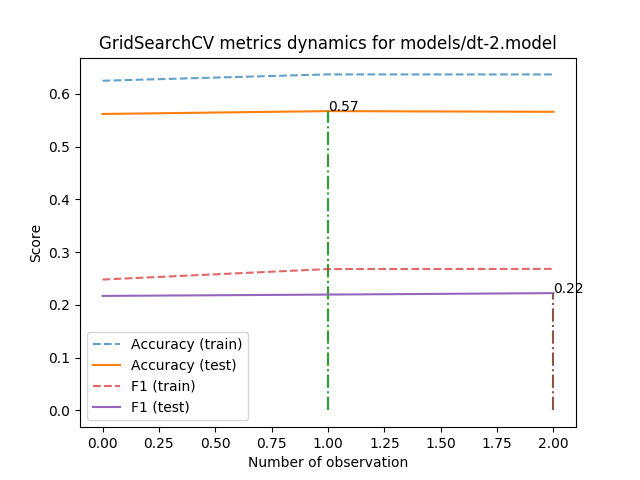
Earlier version of the Graphviz export models/dt-2.model_metrics.png (AverHLV/diploma-computations). Its source is kept beside it as models/dt-2.model.dot.
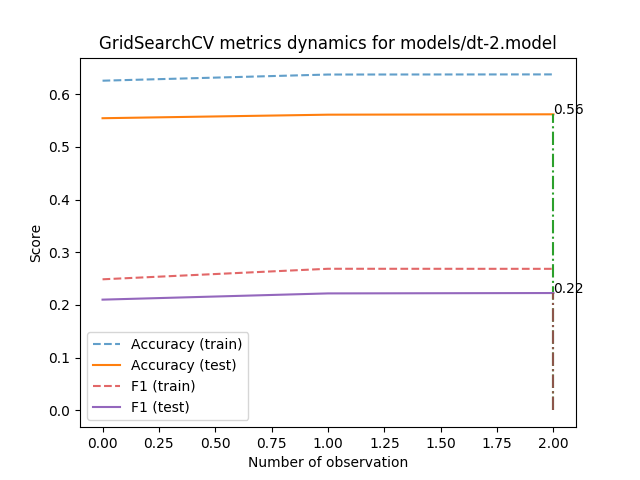
The same file after the commit.

Change to the diagram source:
```diff
@@ -1,56 +1,56 @@
 digraph Tree {
 node [shape=box, style="filled", color="black"] ;
-0 [label="Topic <= 0.998\ngini = 0.558\nsamples = 12050\nvalue = [[27, 5146, 721, 4416, 1740]\n[310, 7318, 2459, 807, 1156]\n[152, 6587, 593, 4039, 679]\n...\n[16, 5601, 834, 3960, 1639]\n[9, 144, 64, 52, 11781]\n[17, 1991, 28, 7770, 2244]]", fillcolor="#fffdfb"] ;
-1 [label="ОБ <= -0.236\ngini = 0.543\nsamples = 9272\nvalue = [[23, 4612, 570, 2700, 1367]\n[263, 5768, 1780, 551, 910]\n[128, 5795, 489, 2231, 629]\n...\n[16, 4895, 452, 2521, 1388]\n[8, 124, 37, 43, 9060]\n[16, 1790, 18, 5838, 1610]]", fillcolor="#fdf6f1"] ;
+0 [label="Topic <= 0.998\ngini = 0.558\nsamples = 12050\nvalue = [[23, 5141, 703, 4410, 1773]\n[313, 7309, 2436, 832, 1160]\n[151, 6569, 590, 4049, 691]\n...\n[12, 5648, 811, 3936, 1643]\n[9, 147, 67, 44, 11783]\n[16, 1969, 30, 7781, 2254]]", fillcolor="#fefcfa"] ;
+1 [label="Екогрупа <= -2.261\ngini = 0.543\nsamples = 9240\nvalue = [[19, 4600, 549, 2689, 1383]\n[264, 5754, 1751, 563, 908]\n[128, 5747, 486, 2236, 643]\n...\n[12, 4928, 426, 2502, 1372]\n[9, 127, 39, 36, 9029]\n[15, 1766, 20, 5832, 1607]]", fillcolor="#fdf5ef"] ;
 0 -> 1 [labeldistance=2.5, labelangle=45, headlabel="True"] ;
-5 [label="Позафракційні <= -1.95\ngini = 0.536\nsamples = 2488\nvalue = [[13, 1352, 110, 556, 457]\n[40, 1639, 301, 172, 336]\n[30, 1490, 84, 553, 331]\n...\n[8, 1265, 108, 663, 444]\n[2, 17, 8, 1, 2460]\n[9, 398, 1, 1396, 684]]", fillcolor="#fdf3ed"] ;
+5 [label="gini = 0.492\nsamples = 470\nvalue = [[3, 115, 16, 217, 119]\n[1, 291, 66, 38, 74]\n[2, 149, 4, 271, 44]\n...\n[0, 121, 30, 195, 124]\n[0, 0, 0, 0, 470]\n[2, 20, 0, 33, 415]]", fillcolor="#f9e0ce"] ;
 1 -> 5 ;
-7 [label="gini = 0.405\nsamples = 211\nvalue = [[2, 18, 4, 121, 66]\n[0, 112, 41, 34, 24]\n[1, 34, 5, 135, 36]\n...\n[1, 21, 7, 101, 81]\n[0, 0, 0, 0, 211]\n[0, 4, 0, 37, 170]]", fillcolor="#f1bb94"] ;
-5 -> 7 ;
-8 [label="ВОБ <= -0.559\ngini = 0.523\nsamples = 2277\nvalue = [[11, 1334, 106, 435, 391]\n[40, 1527, 260, 138, 312]\n[29, 1456, 79, 418, 295]\n...\n[7, 1244, 101, 562, 363]\n[2, 17, 8, 1, 2249]\n[9, 394, 1, 1359, 514]]", fillcolor="#fbeee4"] ;
-5 -> 8 ;
-21 [label="gini = 0.528\nsamples = 577\nvalue = [[0, 271, 22, 164, 120]\n[10, 301, 61, 44, 161]\n[7, 314, 29, 151, 76]\n...\n[1, 268, 15, 219, 74]\n[0, 0, 0, 0, 577]\n[1, 111, 0, 363, 102]]", fillcolor="#fcf0e7"] ;
-8 -> 21 ;
-22 [label="gini = 0.503\nsamples = 1700\nvalue = [[11, 1063, 84, 271, 271]\n[30, 1226, 199, 94, 151]\n[22, 1142, 50, 267, 219]\n...\n[6, 976, 86, 343, 289]\n[2, 17, 8, 1, 1672]\n[8, 283, 1, 996, 412]]", fillcolor="#fae5d7"] ;
-8 -> 22 ;
-6 [label="Topic <= -1.596\ngini = 0.534\nsamples = 6784\nvalue = [[10, 3260, 460, 2144, 910]\n[223, 4129, 1479, 379, 574]\n[98, 4305, 405, 1678, 298]\n...\n[8, 3630, 344, 1858, 944]\n[6, 107, 29, 42, 6600]\n[7, 1392, 17, 4442, 926]]", fillcolor="#fcf2eb"] ;
+6 [label="ОБ <= -0.236\ngini = 0.537\nsamples = 8770\nvalue = [[16, 4485, 533, 2472, 1264]\n[263, 5463, 1685, 525, 834]\n[126, 5598, 482, 1965, 599]\n...\n[12, 4807, 396, 2307, 1248]\n[9, 127, 39, 36, 8559]\n[13, 1746, 20, 5799, 1192]]", fillcolor="#fcf3eb"] ;
 1 -> 6 ;
-9 [label="gini = 0.466\nsamples = 323\nvalue = [[3, 87, 61, 151, 21]\n[5, 233, 62, 9, 14]\n[0, 81, 58, 182, 2]\n...\n[1, 73, 79, 125, 45]\n[0, 22, 0, 19, 282]\n[0, 20, 0, 226, 77]]", fillcolor="#f6d5be"] ;
-6 -> 9 ;
-10 [label="НФ <= 0.573\ngini = 0.529\nsamples = 6461\nvalue = [[7, 3173, 399, 1993, 889]\n[218, 3896, 1417, 370, 560]\n[98, 4224, 347, 1496, 296]\n...\n[7, 3557, 265, 1733, 899]\n[6, 85, 29, 23, 6318]\n[7, 1372, 17, 4216, 849]]", fillcolor="#fcf0e8"] ;
-6 -> 10 ;
-13 [label="Екогрупа <= -1.414\ngini = 0.521\nsamples = 4411\nvalue = [[4, 2042, 236, 1486, 643]\n[121, 2787, 986, 229, 288]\n[53, 2839, 229, 1068, 222]\n...\n[6, 2555, 193, 1256, 401]\n[3, 24, 17, 13, 4354]\n[4, 965, 10, 2908, 524]]", fillcolor="#fbede3"] ;
-10 -> 13 ;
-23 [label="gini = 0.488\nsamples = 214\nvalue = [[0, 63, 9, 101, 41]\n[4, 136, 34, 6, 34]\n[0, 87, 6, 121, 0]\n...\n[0, 84, 11, 89, 30]\n[0, 2, 0, 0, 212]\n[0, 13, 0, 64, 137]]", fillcolor="#f8dfcc"] ;
-13 -> 23 ;
-24 [label="gini = 0.516\nsamples = 4197\nvalue = [[4, 1979, 227, 1385, 602]\n[117, 2651, 952, 223, 254]\n[53, 2752, 223, 947, 222]\n...\n[6, 2471, 182, 1167, 371]\n[3, 22, 17, 13, 4142]\n[4, 952, 10, 2844, 387]]", fillcolor="#fbebdf"] ;
-13 -> 24 ;
-14 [label="gini = 0.529\nsamples = 2050\nvalue = [[3, 1131, 163, 507, 246]\n[97, 1109, 431, 141, 272]\n[45, 1385, 118, 428, 74]\n...\n[1, 1002, 72, 477, 498]\n[3, 61, 12, 10, 1964]\n[3, 407, 7, 1308, 325]]", fillcolor="#fcf0e8"] ;
-10 -> 14 ;
-2 [label="НФ <= -0.149\ngini = 0.525\nsamples = 2778\nvalue = [[4, 534, 151, 1716, 373]\n[47, 1550, 679, 256, 246]\n[24, 792, 104, 1808, 50]\n...\n[0, 706, 382, 1439, 251]\n[1, 20, 27, 9, 2721]\n[1, 201, 10, 1932, 634]]", fillcolor="#fcefe5"] ;
+7 [label="НФ <= 0.032\ngini = 0.52\nsamples = 2178\nvalue = [[7, 1272, 110, 414, 375]\n[44, 1428, 256, 139, 311]\n[28, 1390, 71, 387, 302]\n...\n[6, 1239, 77, 518, 338]\n[2, 18, 9, 0, 2149]\n[5, 379, 0, 1409, 385]]", fillcolor="#fbebe0"] ;
+6 -> 7 ;
+21 [label="Екогрупа <= -0.142\ngini = 0.512\nsamples = 910\nvalue = [[1, 529, 39, 209, 132]\n[16, 640, 68, 51, 135]\n[8, 543, 26, 169, 164]\n...\n[2, 520, 16, 287, 85]\n[0, 3, 0, 0, 907]\n[3, 113, 0, 671, 123]]", fillcolor="#fae8db"] ;
+7 -> 21 ;
+25 [label="gini = 0.435\nsamples = 325\nvalue = [[1, 250, 9, 31, 34]\n[1, 277, 17, 9, 21]\n[1, 272, 8, 32, 12]\n...\n[2, 231, 7, 42, 43]\n[0, 3, 0, 0, 322]\n[3, 16, 0, 224, 82]]", fillcolor="#f3c7a7"] ;
+21 -> 25 ;
+26 [label="gini = 0.517\nsamples = 585\nvalue = [[0, 279, 30, 178, 98]\n[15, 363, 51, 42, 114]\n[7, 271, 18, 137, 152]\n...\n[0, 289, 9, 245, 42]\n[0, 0, 0, 0, 585]\n[0, 97, 0, 447, 41]]", fillcolor="#fbeade"] ;
+21 -> 26 ;
+22 [label="gini = 0.505\nsamples = 1268\nvalue = [[6, 743, 71, 205, 243]\n[28, 788, 188, 88, 176]\n[20, 847, 45, 218, 138]\n...\n[4, 719, 61, 231, 253]\n[2, 15, 9, 0, 1242]\n[2, 266, 0, 738, 262]]", fillcolor="#fae5d6"] ;
+7 -> 22 ;
+8 [label="Topic <= -1.596\ngini = 0.532\nsamples = 6592\nvalue = [[9, 3213, 423, 2058, 889]\n[219, 4035, 1429, 386, 523]\n[98, 4208, 411, 1578, 297]\n...\n[6, 3568, 319, 1789, 910]\n[7, 109, 30, 36, 6410]\n[8, 1367, 20, 4390, 807]]", fillcolor="#fcf1e8"] ;
+6 -> 8 ;
+9 [label="gini = 0.462\nsamples = 333\nvalue = [[2, 88, 59, 161, 23]\n[4, 249, 60, 10, 10]\n[0, 82, 65, 184, 2]\n...\n[0, 81, 78, 131, 43]\n[0, 23, 1, 17, 292]\n[0, 20, 0, 232, 81]]", fillcolor="#f6d3b9"] ;
+8 -> 9 ;
+10 [label="НФ <= 0.573\ngini = 0.526\nsamples = 6259\nvalue = [[7, 3125, 364, 1897, 866]\n[215, 3786, 1369, 376, 513]\n[98, 4126, 346, 1394, 295]\n...\n[6, 3487, 241, 1658, 867]\n[7, 86, 29, 19, 6118]\n[8, 1347, 20, 4158, 726]]", fillcolor="#fceee5"] ;
+8 -> 10 ;
+15 [label="gini = 0.518\nsamples = 4228\nvalue = [[2, 2010, 204, 1399, 613]\n[112, 2683, 946, 230, 257]\n[48, 2763, 227, 967, 223]\n...\n[5, 2468, 173, 1195, 387]\n[4, 28, 15, 11, 4170]\n[5, 957, 13, 2848, 405]]", fillcolor="#fbeadf"] ;
+10 -> 15 ;
+16 [label="gini = 0.529\nsamples = 2031\nvalue = [[5, 1115, 160, 498, 253]\n[103, 1103, 423, 146, 256]\n[50, 1363, 119, 427, 72]\n...\n[1, 1019, 68, 463, 480]\n[3, 58, 14, 8, 1948]\n[3, 390, 7, 1310, 321]]", fillcolor="#fcefe6"] ;
+10 -> 16 ;
+2 [label="НФ <= -0.149\ngini = 0.527\nsamples = 2810\nvalue = [[4, 541, 154, 1721, 390]\n[49, 1555, 685, 269, 252]\n[23, 822, 104, 1813, 48]\n...\n[0, 720, 385, 1434, 271]\n[0, 20, 28, 8, 2754]\n[1, 203, 10, 1949, 647]]", fillcolor="#fceee5"] ;
 0 -> 2 [labeldistance=2.5, labelangle=-45, headlabel="False"] ;
-3 [label="Topic <= 1.016\ngini = 0.46\nsamples = 1870\nvalue = [[1, 153, 64, 1416, 236]\n[19, 997, 470, 216, 168]\n[2, 319, 48, 1479, 22]\n...\n[0, 345, 230, 1200, 95]\n[0, 3, 2, 1, 1864]\n[1, 62, 3, 1355, 449]]", fillcolor="#f6d3b9"] ;
+3 [label="Topic <= 1.016\ngini = 0.463\nsamples = 1882\nvalue = [[1, 159, 62, 1412, 248]\n[23, 999, 468, 222, 170]\n[2, 347, 46, 1464, 23]\n...\n[0, 354, 218, 1205, 105]\n[0, 3, 2, 1, 1876]\n[1, 64, 2, 1367, 448]]", fillcolor="#f6d3ba"] ;
 2 -> 3 ;
-11 [label="Екогрупа <= -0.566\ngini = 0.35\nsamples = 559\nvalue = [[0, 2, 26, 488, 43]\n[5, 384, 14, 102, 54]\n[0, 38, 9, 512, 0]\n...\n[0, 40, 138, 339, 42]\n[0, 0, 0, 0, 559]\n[0, 1, 0, 406, 152]]", fillcolor="#eca46f"] ;
+11 [label="Воля <= -0.217\ngini = 0.351\nsamples = 571\nvalue = [[0, 2, 26, 497, 46]\n[5, 398, 11, 98, 59]\n[0, 44, 11, 516, 0]\n...\n[0, 42, 134, 351, 44]\n[0, 0, 0, 0, 571]\n[0, 1, 0, 416, 154]]", fillcolor="#eca36e"] ;
 3 -> 11 ;
-25 [label="gini = 0.269\nsamples = 194\nvalue = [[0, 0, 24, 169, 1]\n[1, 104, 2, 53, 34]\n[0, 0, 2, 192, 0]\n...\n[0, 6, 11, 136, 41]\n[0, 0, 0, 0, 194]\n[0, 0, 0, 44, 150]]", fillcolor="#e58139"] ;
-11 -> 25 ;
-26 [label="gini = 0.327\nsamples = 365\nvalue = [[0, 2, 2, 319, 42]\n[4, 280, 12, 49, 20]\n[0, 38, 7, 320, 0]\n...\n[0, 34, 127, 203, 1]\n[0, 0, 0, 0, 365]\n[0, 1, 0, 362, 2]]", fillcolor="#ea9a60"] ;
-11 -> 26 ;
-12 [label="Topic <= 1.421\ngini = 0.467\nsamples = 1311\nvalue = [[1, 151, 38, 928, 193]\n[14, 613, 456, 114, 114]\n[2, 281, 39, 967, 22]\n...\n[0, 305, 92, 861, 53]\n[0, 3, 2, 1, 1305]\n[1, 61, 3, 949, 297]]", fillcolor="#f7d6be"] ;
+23 [label="gini = 0.271\nsamples = 198\nvalue = [[0, 1, 24, 172, 1]\n[2, 102, 2, 54, 38]\n[0, 0, 3, 195, 0]\n...\n[0, 9, 11, 134, 44]\n[0, 0, 0, 0, 198]\n[0, 0, 0, 46, 152]]", fillcolor="#e58139"] ;
+11 -> 23 ;
+24 [label="gini = 0.324\nsamples = 373\nvalue = [[0, 1, 2, 325, 45]\n[3, 296, 9, 44, 21]\n[0, 44, 8, 321, 0]\n...\n[0, 33, 123, 217, 0]\n[0, 0, 0, 0, 373]\n[0, 1, 0, 370, 2]]", fillcolor="#ea985d"] ;
+11 -> 24 ;
+12 [label="Topic <= 1.421\ngini = 0.472\nsamples = 1311\nvalue = [[1, 157, 36, 915, 202]\n[18, 601, 457, 124, 111]\n[2, 303, 35, 948, 23]\n...\n[0, 312, 84, 854, 61]\n[0, 3, 2, 1, 1305]\n[1, 63, 2, 951, 294]]", fillcolor="#f7d7c0"] ;
 3 -> 12 ;
-15 [label="gini = 0.529\nsamples = 207\nvalue = [[0, 85, 12, 63, 47]\n[4, 123, 43, 5, 32]\n[1, 123, 8, 61, 14]\n...\n[0, 105, 9, 75, 18]\n[0, 2, 2, 0, 203]\n[1, 36, 0, 112, 58]]", fillcolor="#fcf0e8"] ;
-12 -> 15 ;
-16 [label="Topic <= 1.448\ngini = 0.427\nsamples = 1104\nvalue = [[1, 66, 26, 865, 146]\n[10, 490, 413, 109, 82]\n[1, 158, 31, 906, 8]\n...\n[0, 200, 83, 786, 35]\n[0, 1, 0, 1, 1102]\n[0, 25, 3, 837, 239]]", fillcolor="#f3c5a3"] ;
-12 -> 16 ;
-17 [label="gini = 0.335\nsamples = 450\nvalue = [[0, 14, 0, 371, 65]\n[6, 102, 232, 77, 33]\n[0, 34, 0, 416, 0]\n...\n[0, 50, 26, 364, 10]\n[0, 0, 0, 0, 450]\n[0, 3, 0, 385, 62]]", fillcolor="#eb9d65"] ;
-16 -> 17 ;
-18 [label="gini = 0.444\nsamples = 654\nvalue = [[1, 52, 26, 494, 81]\n[4, 388, 181, 32, 49]\n[1, 124, 31, 490, 8]\n...\n[0, 150, 57, 422, 25]\n[0, 1, 0, 1, 652]\n[0, 22, 3, 452, 177]]", fillcolor="#f4ccaf"] ;
-16 -> 18 ;
-4 [label="Topic <= 1.016\ngini = 0.563\nsamples = 908\nvalue = [[3, 381, 87, 300, 137]\n[28, 553, 209, 40, 78]\n[22, 473, 56, 329, 28]\n...\n[0, 361, 152, 239, 156]\n[1, 17, 25, 8, 857]\n[0, 139, 7, 577, 185]]", fillcolor="#ffffff"] ;
+13 [label="gini = 0.532\nsamples = 218\nvalue = [[0, 90, 11, 69, 48]\n[7, 132, 40, 9, 30]\n[1, 131, 6, 66, 14]\n...\n[0, 105, 8, 80, 25]\n[0, 2, 2, 0, 214]\n[1, 36, 0, 123, 58]]", fillcolor="#fcf0e8"] ;
+12 -> 13 ;
+14 [label="Topic <= 1.439\ngini = 0.431\nsamples = 1093\nvalue = [[1, 67, 25, 846, 154]\n[11, 469, 417, 115, 81]\n[1, 172, 29, 882, 9]\n...\n[0, 207, 76, 774, 36]\n[0, 1, 0, 1, 1091]\n[0, 27, 2, 828, 236]]", fillcolor="#f3c5a4"] ;
+12 -> 14 ;
+19 [label="gini = 0.34\nsamples = 446\nvalue = [[0, 17, 0, 362, 67]\n[6, 94, 232, 86, 28]\n[0, 37, 0, 409, 0]\n...\n[0, 54, 26, 352, 14]\n[0, 0, 0, 0, 446]\n[0, 2, 0, 391, 53]]", fillcolor="#eb9e67"] ;
+14 -> 19 ;
+20 [label="gini = 0.446\nsamples = 647\nvalue = [[1, 50, 25, 484, 87]\n[5, 375, 185, 29, 53]\n[1, 135, 29, 473, 9]\n...\n[0, 153, 50, 422, 22]\n[0, 1, 0, 1, 645]\n[0, 25, 2, 437, 183]]", fillcolor="#f4ccaf"] ;
+14 -> 20 ;
+4 [label="Topic <= 1.016\ngini = 0.566\nsamples = 928\nvalue = [[3, 382, 92, 309, 142]\n[26, 556, 217, 47, 82]\n[21, 475, 58, 349, 25]\n...\n[0, 366, 167, 229, 166]\n[0, 17, 26, 7, 878]\n[0, 139, 8, 582, 199]]", fillcolor="#ffffff"] ;
 2 -> 4 ;
-19 [label="gini = 0.289\nsamples = 96\nvalue = [[0, 23, 20, 50, 3]\n[1, 75, 2, 6, 12]\n[0, 6, 0, 90, 0]\n...\n[0, 6, 67, 23, 0]\n[0, 0, 0, 0, 96]\n[0, 0, 0, 33, 63]]", fillcolor="#e78a47"] ;
-4 -> 19 ;
-20 [label="gini = 0.558\nsamples = 812\nvalue = [[3, 358, 67, 250, 134]\n[27, 478, 207, 34, 66]\n[22, 467, 56, 239, 28]\n...\n[0, 355, 85, 216, 156]\n[1, 17, 25, 8, 761]\n[0, 139, 7, 544, 122]]", fillcolor="#fffdfc"] ;
-4 -> 20 ;
+17 [label="gini = 0.275\nsamples = 97\nvalue = [[0, 23, 25, 45, 4]\n[1, 78, 2, 5, 11]\n[0, 5, 0, 92, 0]\n...\n[0, 7, 68, 22, 0]\n[0, 0, 0, 0, 97]\n[0, 0, 0, 32, 65]]", fillcolor="#e5823b"] ;
+4 -> 17 ;
+18 [label="gini = 0.562\nsamples = 831\nvalue = [[3, 359, 67, 264, 138]\n[25, 478, 215, 42, 71]\n[21, 470, 58, 257, 25]\n...\n[0, 359, 99, 207, 166]\n[0, 17, 26, 7, 781]\n[0, 139, 8, 550, 134]]", fillcolor="#fffdfd"] ;
+4 -> 18 ;
 }
```
